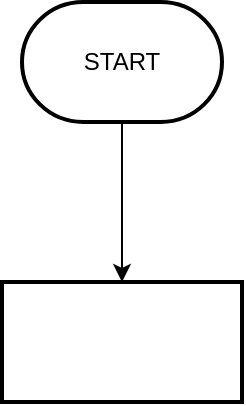
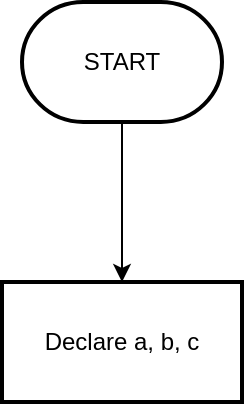
<mxfile host="app.diagrams.net">
  <diagram name="Page-1" id="XB4jTs9d6nMDdHikGX7H">
    <mxGraphModel dx="1013" dy="478" grid="1" gridSize="10" guides="1" tooltips="1" connect="1" arrows="1" fold="1" page="1" pageScale="1" pageWidth="827" pageHeight="1169" background="none" math="0" shadow="0">
      <root>
        <mxCell id="0" />
        <mxCell id="1" parent="0" />
        <mxCell id="VZRLPhgrkKPJ0MQD4xyi-4" edge="1" parent="1" source="VZRLPhgrkKPJ0MQD4xyi-2" style="edgeStyle=orthogonalEdgeStyle;rounded=0;orthogonalLoop=1;jettySize=auto;html=1;" target="VZRLPhgrkKPJ0MQD4xyi-3" value="">
          <mxGeometry relative="1" as="geometry" />
        </mxCell>
        <mxCell id="VZRLPhgrkKPJ0MQD4xyi-2" parent="1" style="strokeWidth=2;html=1;shape=mxgraph.flowchart.terminator;whiteSpace=wrap;" value="START" vertex="1">
          <mxGeometry height="60" width="100" x="364" y="40" as="geometry" />
        </mxCell>
-         <mxCell id="VZRLPhgrkKPJ0MQD4xyi-3" parent="1" style="whiteSpace=wrap;html=1;strokeWidth=2;" value="" vertex="1">
+         <mxCell id="VZRLPhgrkKPJ0MQD4xyi-3" parent="1" style="whiteSpace=wrap;html=1;strokeWidth=2;" value="Declare a, b, c" vertex="1">
          <mxGeometry height="60" width="120" x="354" y="180" as="geometry" />
        </mxCell>
      </root>
    </mxGraphModel>
  </diagram>
</mxfile>
